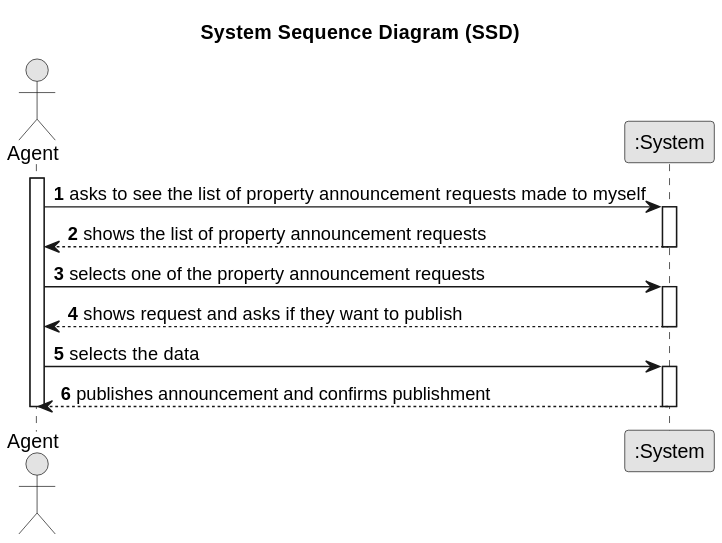
The PlantUML diagram docs/sprintC/us008/01.requirements-engineering/svg/us008-system-sequence-diagram.svg in 1220812/LAPR2, before a commit.
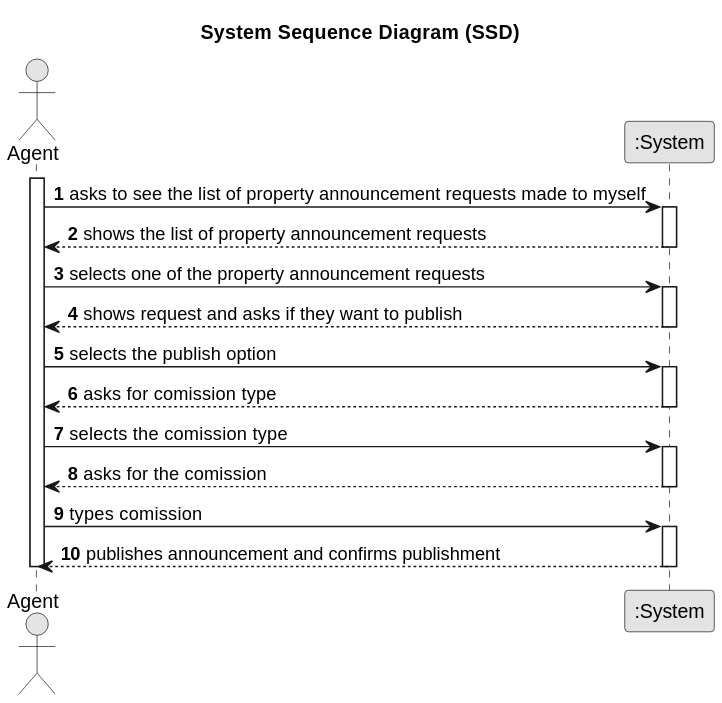
The same diagram one commit later.

The edit, as a diff of the source:
```diff
@@ -28,7 +28,23 @@
 
     deactivate System
 
-    Agent -> System : selects the data
+    Agent -> System : selects the publish option
+
+    activate System
+
+    System --> Agent : asks for comission type
+
+    deactivate System
+
+    Agent -> System : selects the comission type
+
+    activate System
+
+    System --> Agent : asks for the comission
+
+    deactivate System
+
+    Agent -> System : types comission
 
     activate System
 
```
